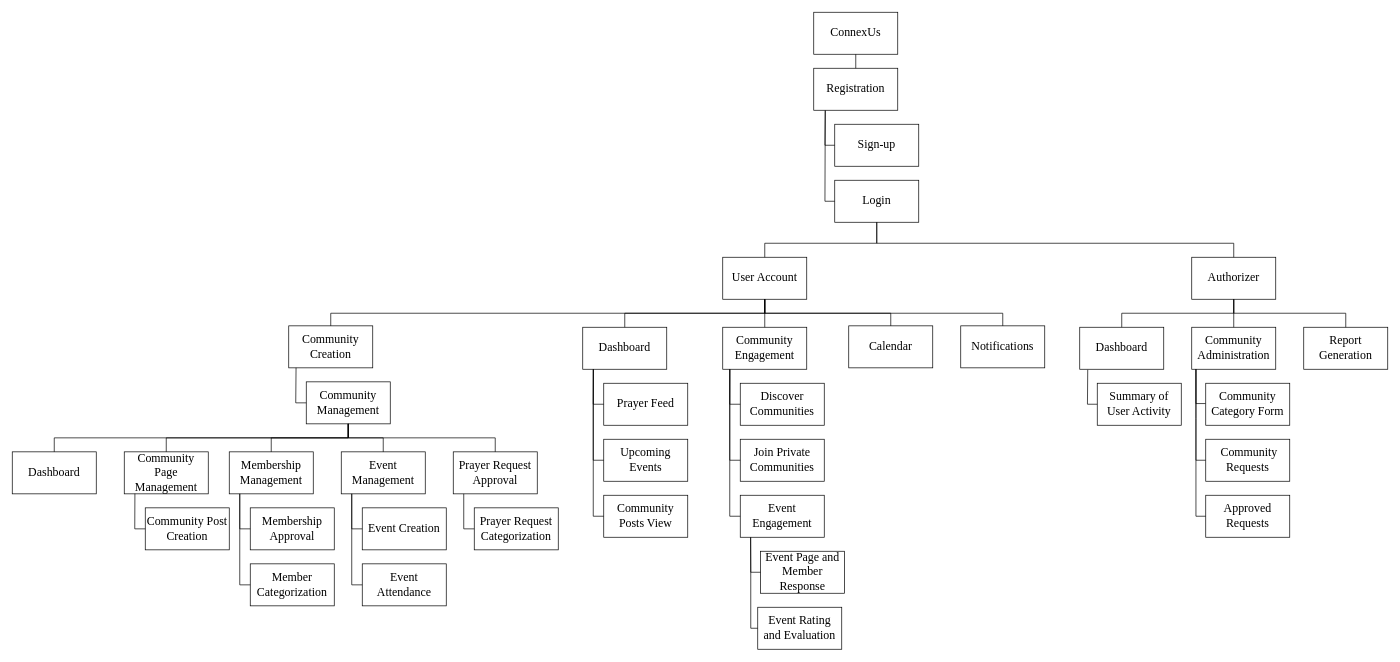
Above: page "Page-1" (1 of 11) of ConnexUs_Chap3.drawio in gvillanueva01/ConnexUs_diagrams (draw.io), before the change. Source tidied: cells renumbered, new cells numbered last; positions are measured from the earlier drawing's top-left corner, leaving out a move shared by most shapes. Both pictures are drawn from the tidied source at 70%, with x=0, y=0 at pixel (12, 12).
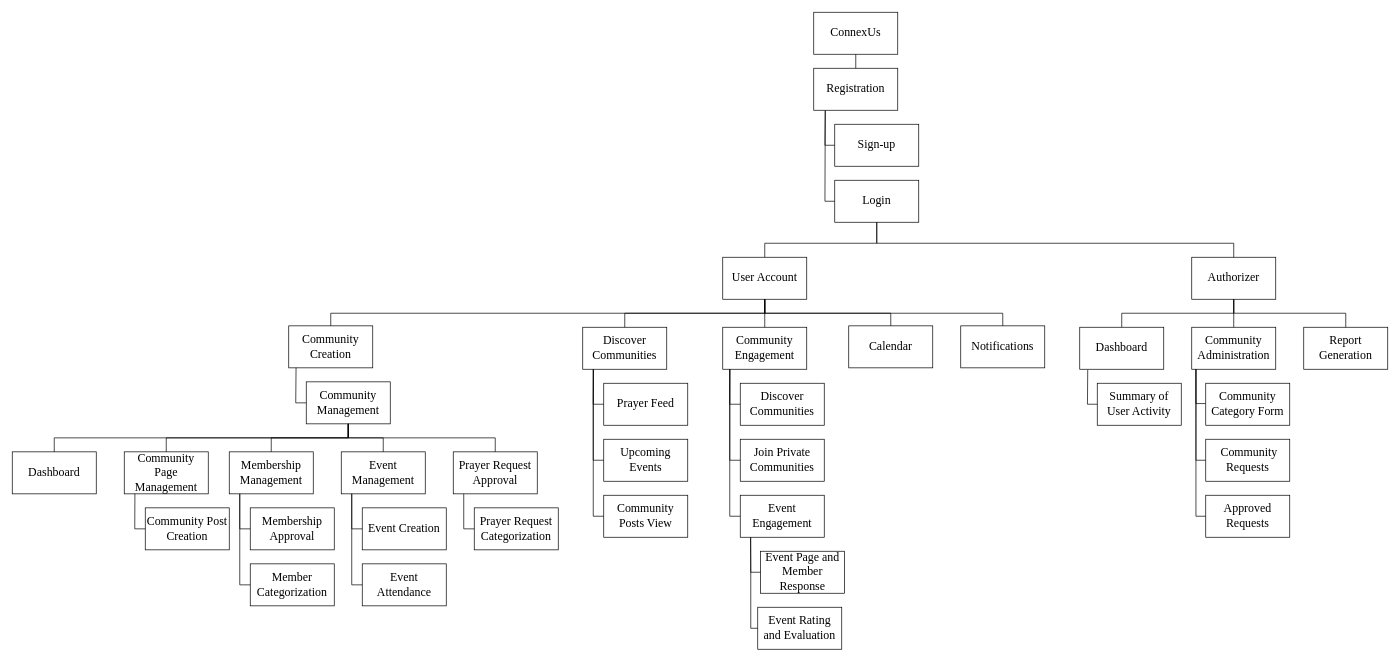
The same diagram, later.

The edit, as a diff of the source:
```diff
@@
-    <mxCell id="29" value="Dashboard" style="rounded=0;whiteSpace=wrap;html=1;fontFamily=Times New Roman;fontSize=17;" parent="1" vertex="1">
+    <mxCell id="29" value="Discover Communities" style="rounded=0;whiteSpace=wrap;html=1;fontFamily=Times New Roman;fontSize=17;" parent="1" vertex="1">
       <mxGeometry x="815" y="450" width="120" height="60" as="geometry" />
     </mxCell>
```
